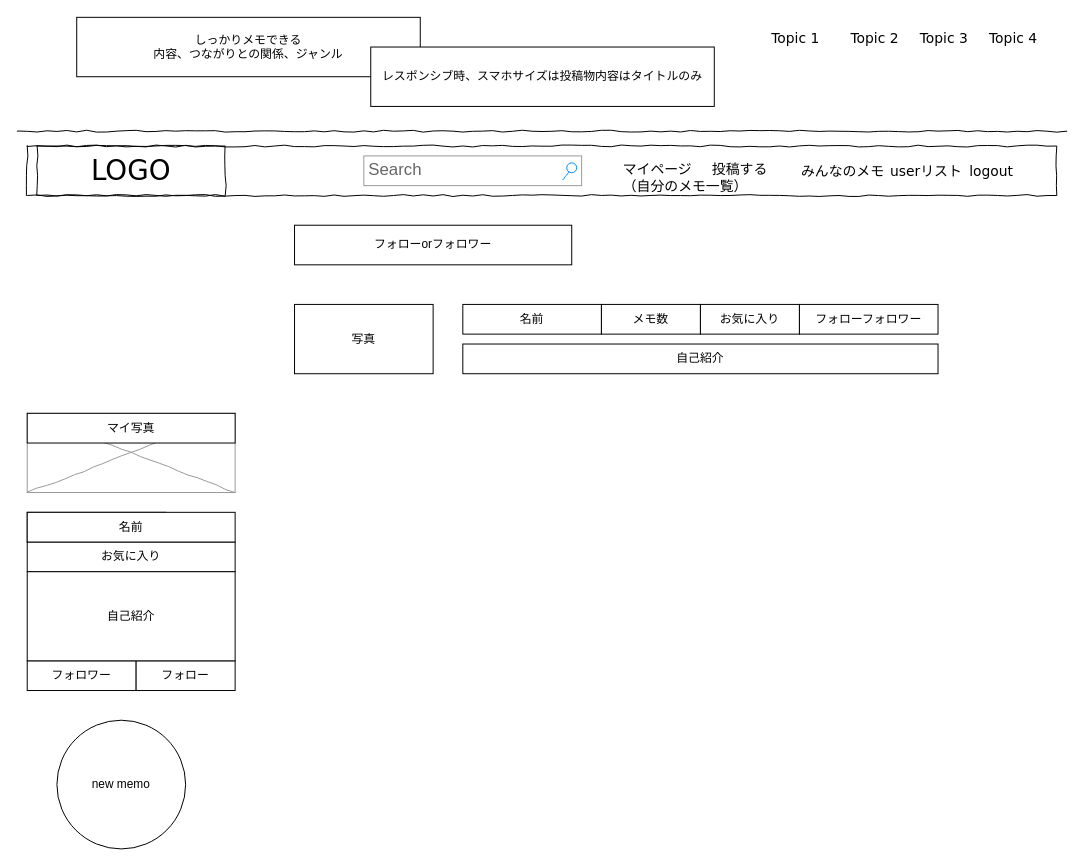
Above: page "フォロー・フォロワー ユーザー" (7 of 8) of Untitled Diagram.drawio in kyon-kyon/port2 (draw.io), before the change. Source tidied: cells renumbered, new cells numbered last; positions are measured from the earlier drawing's top-left corner, leaving out a move shared by most shapes. Both pictures are drawn from the tidied source at 99%, with x=0, y=0 at pixel (17, 17).
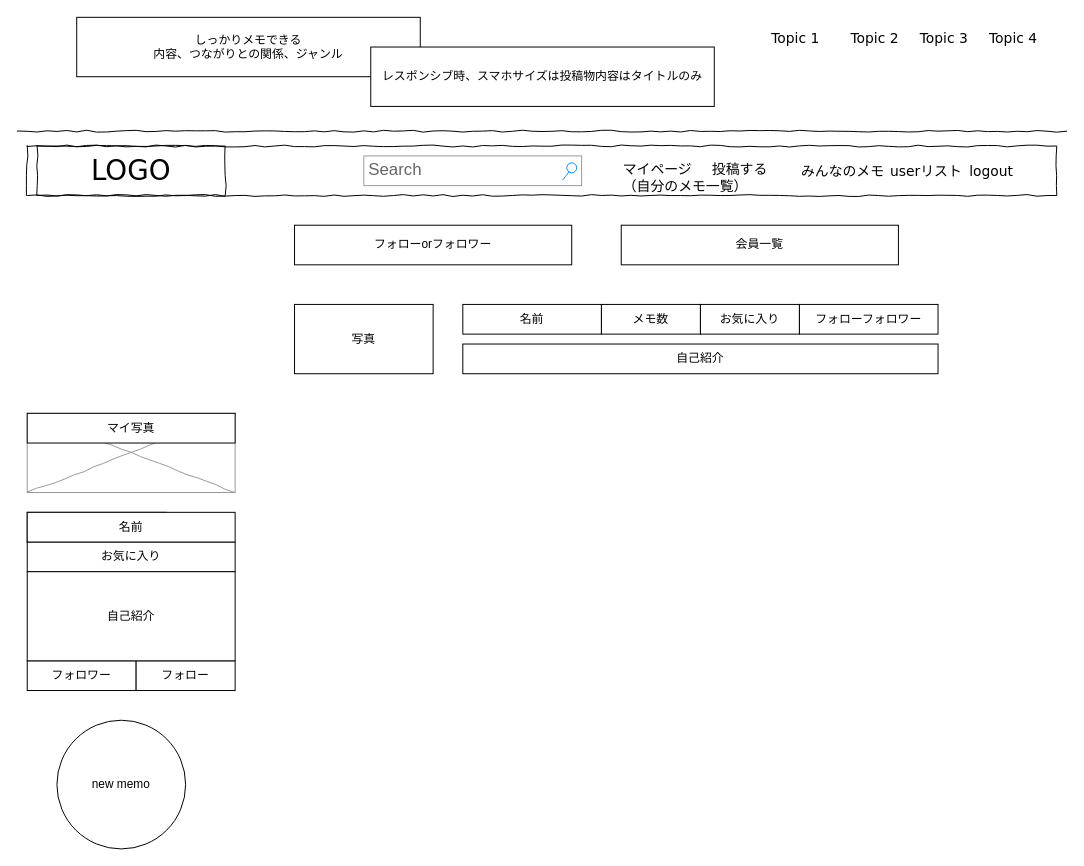
The same page after the edit.

What changed in the source:
```diff
@@
+    <mxCell id="33" value="会員一覧" style="rounded=0;whiteSpace=wrap;html=1;" parent="1" vertex="1">
+      <mxGeometry x="610" y="210" width="280" height="40" as="geometry" />
+    </mxCell>
```
